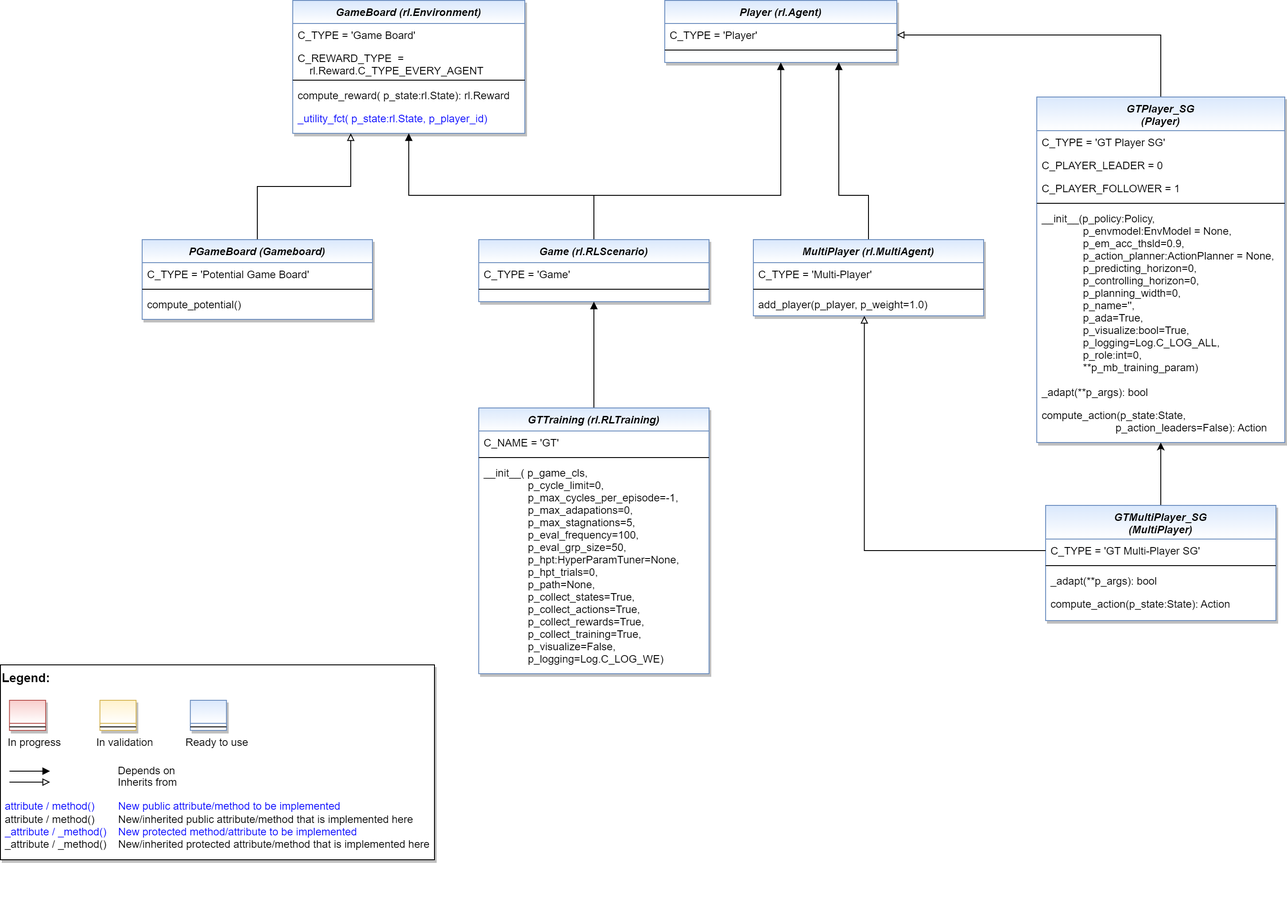
The draw.io diagram doc/rtd/content/99_appendices/appendix2/sub/core/mlpro_gt/images/MLPro-GT_class_diagram.drawio.png in fhswf/MLPro, before a commit. Source tidied: cells renumbered, new cells last; positions are measured from the earlier drawing's top-left corner, leaving out a move shared by most shapes.
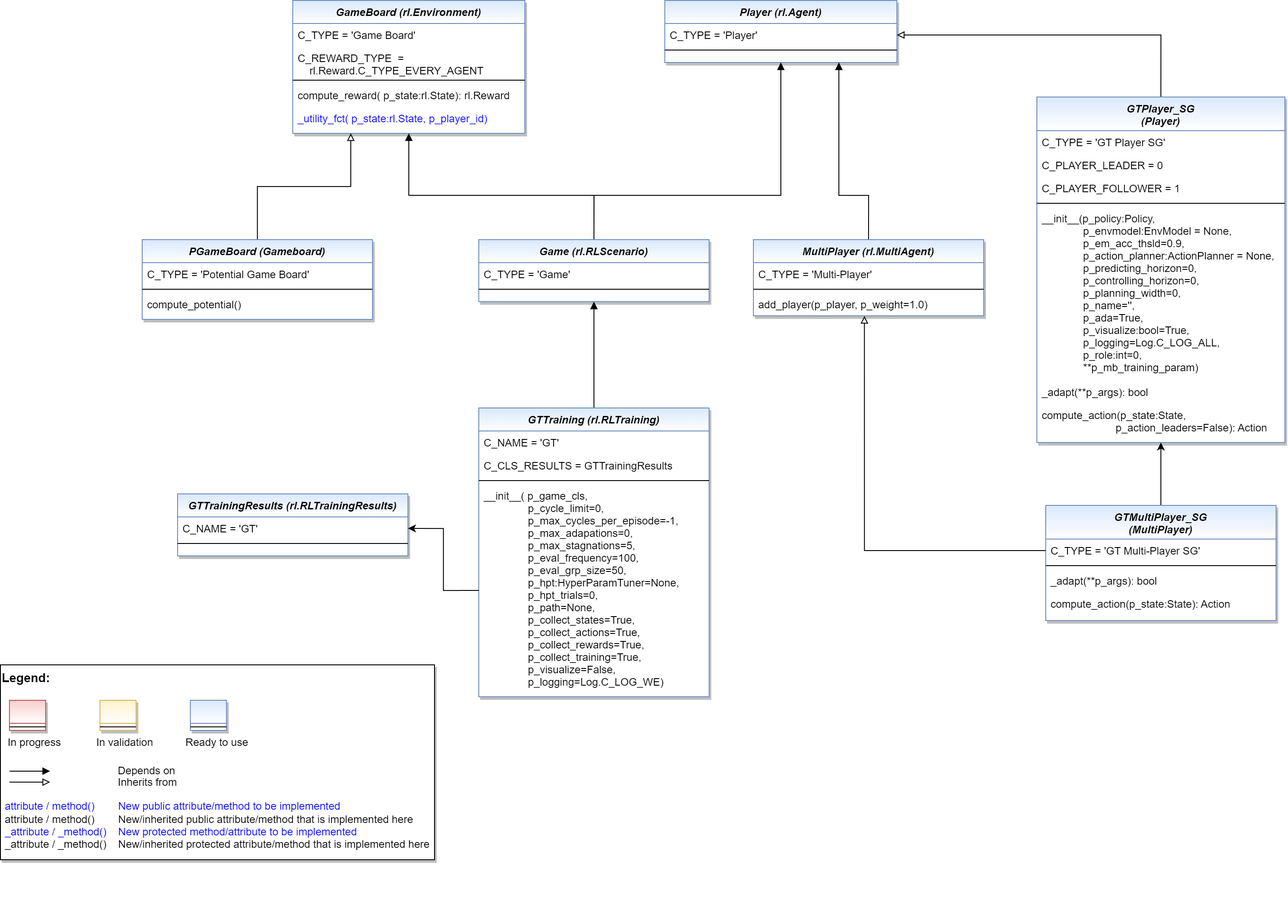
After the change.

Commit message:
Introduction of GTTrainingResults

The edit, as a diff of the source:
```diff
@@ -134,16 +134,19 @@
       <mxGeometry relative="1" as="geometry" />
     </mxCell>
     <mxCell id="37" value="GTTraining (rl.RLTraining)" style="swimlane;fontStyle=3;align=center;verticalAlign=top;horizontal=1;startSize=26;rounded=0;shadow=1;strokeWidth=1;fillColor=#dae8fc;strokeColor=#6c8ebf;swimlaneFillColor=#ffffff;gradientColor=#ffffff;glass=0;" parent="1" vertex="1">
-      <mxGeometry x="540" y="460" width="260" height="300" as="geometry" />
+      <mxGeometry x="540" y="460" width="260" height="326" as="geometry" />
     </mxCell>
     <mxCell id="38" value="C_NAME = 'GT'" style="text;align=left;verticalAlign=top;spacingLeft=4;spacingRight=4;overflow=hidden;" parent="37" vertex="1">
       <mxGeometry y="26" width="260" height="26" as="geometry" />
     </mxCell>
+    <mxCell id="57" value="C_CLS_RESULTS = GTTrainingResults" style="text;align=left;verticalAlign=top;spacingLeft=4;spacingRight=4;overflow=hidden;" parent="37" vertex="1">
+      <mxGeometry y="52" width="260" height="26" as="geometry" />
+    </mxCell>
     <mxCell id="39" style="line;html=1;strokeWidth=1;align=left;verticalAlign=middle;spacingTop=-1;spacingLeft=3;spacingRight=3;labelPosition=right;" parent="37" vertex="1">
-      <mxGeometry y="52" width="260" height="8" as="geometry" />
+      <mxGeometry y="78" width="260" height="8" as="geometry" />
     </mxCell>
     <mxCell id="40" value="__init__( p_game_cls, &#10;               p_cycle_limit=0,&#10;               p_max_cycles_per_episode=-1, &#10;               p_max_adapations=0,&#10;               p_max_stagnations=5,&#10;               p_eval_frequency=100,&#10;               p_eval_grp_size=50,&#10;               p_hpt:HyperParamTuner=None,&#10;               p_hpt_trials=0,&#10;               p_path=None,&#10;               p_collect_states=True,&#10;               p_collect_actions=True,&#10;               p_collect_rewards=True,&#10;               p_collect_training=True,&#10;               p_visualize=False,&#10;               p_logging=Log.C_LOG_WE)" style="text;align=left;verticalAlign=top;spacingLeft=4;spacingRight=4;overflow=hidden;points=[[0,0.5],[1,0.5]];portConstraint=eastwest;" parent="37" vertex="1">
-      <mxGeometry y="60" width="260" height="240" as="geometry" />
+      <mxGeometry y="86" width="260" height="240" as="geometry" />
     </mxCell>
     <mxCell id="41" style="edgeStyle=orthogonalEdgeStyle;rounded=0;jettySize=auto;html=1;exitX=0.5;exitY=0;exitDx=0;exitDy=0;endArrow=block;endFill=0;" parent="1" edge="1" source="42" target="13">
       <mxGeometry relative="1" as="geometry" />
@@ -193,5 +196,17 @@
     <mxCell id="56" style="edgeStyle=orthogonalEdgeStyle;rounded=0;jettySize=auto;html=1;exitX=0;exitY=0.5;exitDx=0;exitDy=0;entryX=0.482;entryY=1.007;entryDx=0;entryDy=0;entryPerimeter=0;endArrow=block;endFill=0;" parent="1" edge="1" source="52" target="35">
       <mxGeometry relative="1" as="geometry" />
     </mxCell>
+    <mxCell id="58" value="GTTrainingResults (rl.RLTrainingResults)" style="swimlane;fontStyle=3;align=center;verticalAlign=top;horizontal=1;startSize=26;rounded=0;shadow=1;strokeWidth=1;fillColor=#dae8fc;strokeColor=#6c8ebf;gradientColor=#ffffff;swimlaneFillColor=#ffffff;" parent="1" vertex="1">
+      <mxGeometry x="200" y="557" width="260" height="70" as="geometry" />
+    </mxCell>
+    <mxCell id="59" value="C_NAME = 'GT'" style="text;align=left;verticalAlign=top;spacingLeft=4;spacingRight=4;overflow=hidden;points=[[0,0.5],[1,0.5]];portConstraint=eastwest;" parent="58" vertex="1">
+      <mxGeometry y="26" width="260" height="26" as="geometry" />
+    </mxCell>
+    <mxCell id="60" style="line;html=1;strokeWidth=1;align=left;verticalAlign=middle;spacingTop=-1;spacingLeft=3;spacingRight=3;labelPosition=right;" parent="58" vertex="1">
+      <mxGeometry y="52" width="260" height="8" as="geometry" />
+    </mxCell>
+    <mxCell id="61" style="edgeStyle=orthogonalEdgeStyle;rounded=0;jettySize=auto;html=1;exitX=0;exitY=0.5;exitDx=0;exitDy=0;entryX=1;entryY=0.5;entryDx=0;entryDy=0;" parent="1" edge="1" source="40" target="59">
+      <mxGeometry relative="1" as="geometry" />
+    </mxCell>
   </root>
 </mxGraphModel>
```
